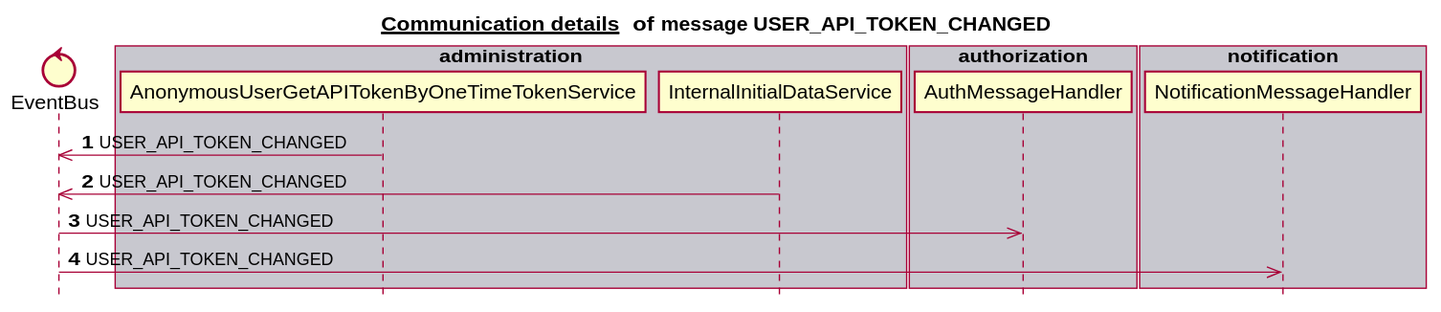
This is docs/latest/images/gen_domain_messaging_user_api_token_changed.svg from mercedes-benz/sechub, a PlantUML export, as it was before one commit.
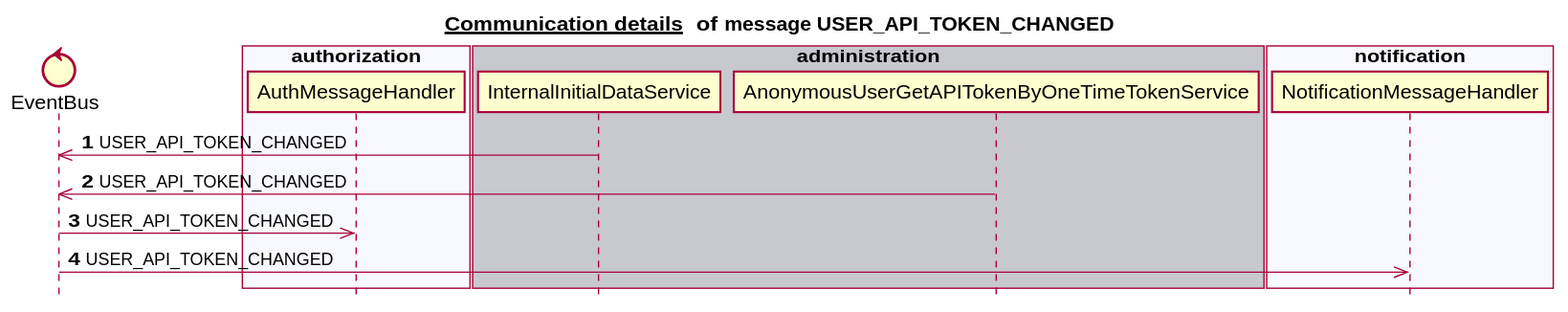
Above is the later version.

What changed in the source:
```diff
@@ -6,23 +6,23 @@
 
 
 control EventBus
-box "administration" #C8C8CF
-   participant AnonymousUserGetAPITokenByOneTimeTokenService
-   participant InternalInitialDataService
+box "scan" #C8C8CF
 end box
-box "schedule" #F8F8FF
-end box
-box "authorization" #C8C8CF
+box "authorization" #F8F8FF
    participant AuthMessageHandler
 end box
-box "scan" #F8F8FF
+box "administration" #C8C8CF
+   participant InternalInitialDataService
+   participant AnonymousUserGetAPITokenByOneTimeTokenService
 end box
-box "notification" #C8C8CF
+box "notification" #F8F8FF
    participant NotificationMessageHandler
 end box
+box "schedule" #C8C8CF
+end box
 autonumber 1
+InternalInitialDataService ->> EventBus:USER_API_TOKEN_CHANGED
 AnonymousUserGetAPITokenByOneTimeTokenService ->> EventBus:USER_API_TOKEN_CHANGED
-InternalInitialDataService ->> EventBus:USER_API_TOKEN_CHANGED
 EventBus ->> AuthMessageHandler:USER_API_TOKEN_CHANGED
 EventBus ->> NotificationMessageHandler:USER_API_TOKEN_CHANGED
 autonumber stop
```
